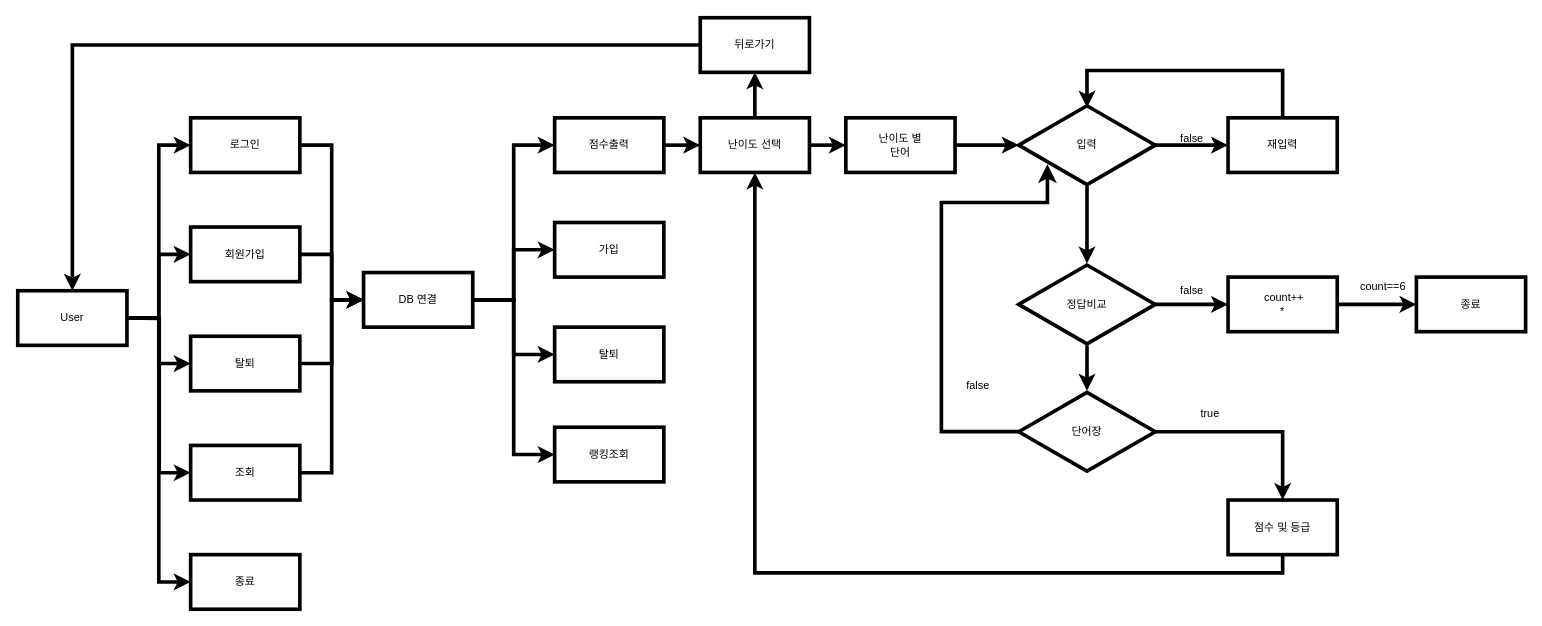
Before: 흐름도.drawio in beomsu-j/bigdata, a draw.io diagram. Source tidied: cells renumbered, new cells numbered last; positions are measured from the earlier drawing's top-left corner, leaving out a move shared by most shapes. Both pictures are drawn from the tidied source at 91%, with x=0, y=0 at pixel (17, 17).
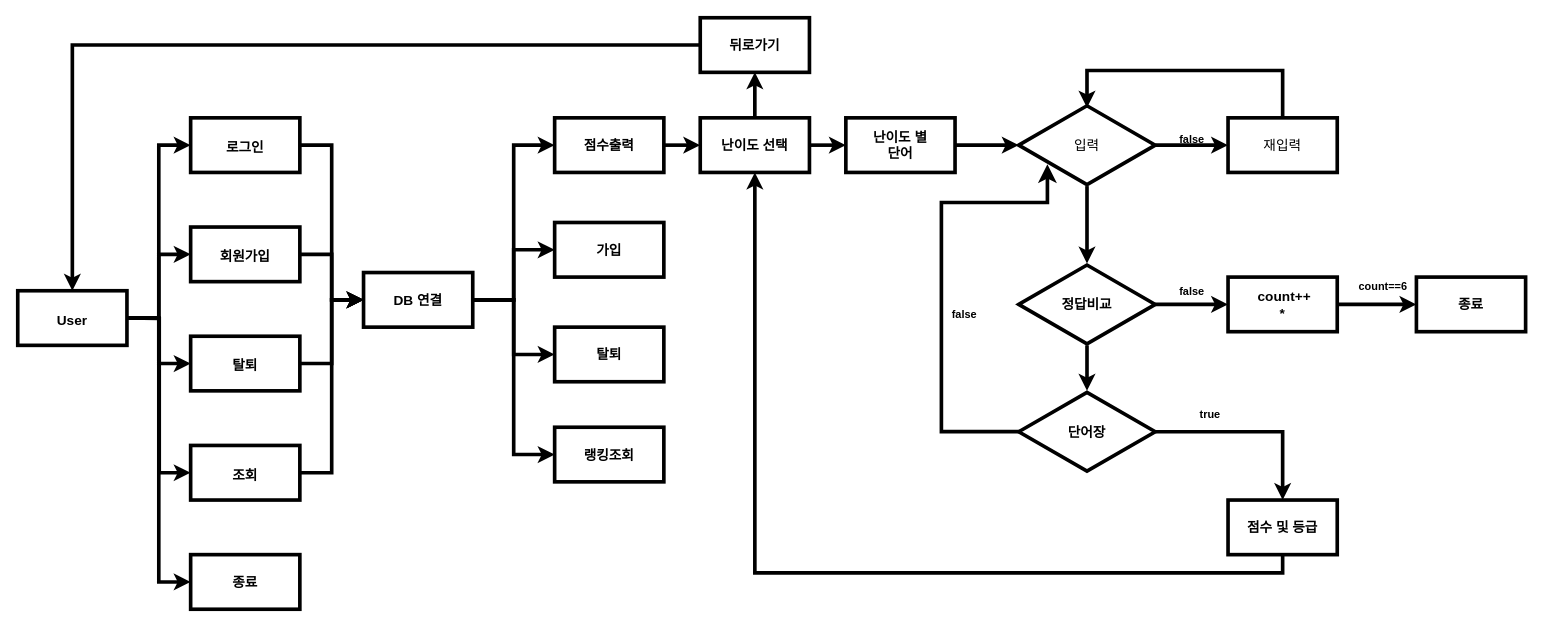
After the change.

Commit message (it also covers changes not shown here):
흐름도.drawio 업데이트

Diff of the diagram source:
```diff
@@
-    <mxCell id="7" value="User" style="rounded=0;whiteSpace=wrap;html=1;labelBackgroundColor=none;strokeWidth=4;" parent="1" vertex="1">
+    <mxCell id="7" value="&lt;h1&gt;&lt;font style=&quot;font-size: 15px;&quot;&gt;User&lt;/font&gt;&lt;/h1&gt;" style="rounded=0;whiteSpace=wrap;html=1;labelBackgroundColor=none;strokeWidth=4;" parent="1" vertex="1">
       <mxGeometry y="300" width="120" height="60" as="geometry" />
     </mxCell>
@@
-    <mxCell id="9" value="로그인" style="rounded=0;whiteSpace=wrap;html=1;labelBackgroundColor=none;strokeWidth=4;" parent="1" vertex="1">
+    <mxCell id="9" value="&lt;h1&gt;&lt;font style=&quot;font-size: 15px;&quot;&gt;로그인&lt;/font&gt;&lt;/h1&gt;" style="rounded=0;whiteSpace=wrap;html=1;labelBackgroundColor=none;strokeWidth=4;" parent="1" vertex="1">
       <mxGeometry x="190" y="110" width="120" height="60" as="geometry" />
     </mxCell>
@@
-    <mxCell id="11" value="조회" style="rounded=0;whiteSpace=wrap;html=1;labelBackgroundColor=none;strokeWidth=4;" parent="1" vertex="1">
+    <mxCell id="11" value="&lt;h1&gt;&lt;font style=&quot;font-size: 15px;&quot;&gt;조회&lt;/font&gt;&lt;/h1&gt;" style="rounded=0;whiteSpace=wrap;html=1;labelBackgroundColor=none;strokeWidth=4;" parent="1" vertex="1">
       <mxGeometry x="190" y="470" width="120" height="60" as="geometry" />
     </mxCell>
@@
-    <mxCell id="13" value="탈퇴" style="rounded=0;whiteSpace=wrap;html=1;labelBackgroundColor=none;strokeWidth=4;" parent="1" vertex="1">
+    <mxCell id="13" value="&lt;h1&gt;&lt;font style=&quot;font-size: 15px;&quot;&gt;탈퇴&lt;/font&gt;&lt;/h1&gt;" style="rounded=0;whiteSpace=wrap;html=1;labelBackgroundColor=none;strokeWidth=4;" parent="1" vertex="1">
       <mxGeometry x="190" y="350" width="120" height="60" as="geometry" />
     </mxCell>
@@
-    <mxCell id="15" value="회원가입" style="rounded=0;whiteSpace=wrap;html=1;labelBackgroundColor=none;strokeWidth=4;" parent="1" vertex="1">
+    <mxCell id="15" value="&lt;h1&gt;&lt;font style=&quot;font-size: 15px;&quot;&gt;회원가입&lt;/font&gt;&lt;/h1&gt;" style="rounded=0;whiteSpace=wrap;html=1;labelBackgroundColor=none;strokeWidth=4;" parent="1" vertex="1">
       <mxGeometry x="190" y="230" width="120" height="60" as="geometry" />
     </mxCell>
-    <mxCell id="16" value="종료" style="rounded=0;whiteSpace=wrap;html=1;labelBackgroundColor=none;strokeWidth=4;" parent="1" vertex="1">
+    <mxCell id="16" value="&lt;b&gt;&lt;font style=&quot;font-size: 15px;&quot;&gt;종료&lt;/font&gt;&lt;/b&gt;" style="rounded=0;whiteSpace=wrap;html=1;labelBackgroundColor=none;strokeWidth=4;" parent="1" vertex="1">
       <mxGeometry x="190" y="590" width="120" height="60" as="geometry" />
     </mxCell>
-    <mxCell id="17" value="랭킹조회" style="rounded=0;whiteSpace=wrap;html=1;labelBackgroundColor=none;strokeWidth=4;" parent="1" vertex="1">
+    <mxCell id="17" value="&lt;b&gt;&lt;font style=&quot;font-size: 15px;&quot;&gt;랭킹조회&lt;/font&gt;&lt;/b&gt;" style="rounded=0;whiteSpace=wrap;html=1;labelBackgroundColor=none;strokeWidth=4;" parent="1" vertex="1">
       <mxGeometry x="590" y="450" width="120" height="60" as="geometry" />
     </mxCell>
@@
-    <mxCell id="22" value="DB 연결" style="rounded=0;whiteSpace=wrap;html=1;labelBackgroundColor=none;strokeWidth=4;" parent="1" vertex="1">
+    <mxCell id="22" value="&lt;b&gt;&lt;font style=&quot;font-size: 15px;&quot;&gt;DB 연결&lt;/font&gt;&lt;/b&gt;" style="rounded=0;whiteSpace=wrap;html=1;labelBackgroundColor=none;strokeWidth=4;" parent="1" vertex="1">
       <mxGeometry x="380" y="280" width="120" height="60" as="geometry" />
     </mxCell>
-    <mxCell id="23" value="탈퇴" style="rounded=0;whiteSpace=wrap;html=1;labelBackgroundColor=none;strokeWidth=4;" parent="1" vertex="1">
+    <mxCell id="23" value="&lt;b&gt;&lt;font style=&quot;font-size: 15px;&quot;&gt;탈퇴&lt;/font&gt;&lt;/b&gt;" style="rounded=0;whiteSpace=wrap;html=1;labelBackgroundColor=none;strokeWidth=4;" parent="1" vertex="1">
       <mxGeometry x="590" y="340" width="120" height="60" as="geometry" />
     </mxCell>
-    <mxCell id="24" value="가입" style="rounded=0;whiteSpace=wrap;html=1;labelBackgroundColor=none;strokeWidth=4;" parent="1" vertex="1">
+    <mxCell id="24" value="&lt;b&gt;&lt;font style=&quot;font-size: 15px;&quot;&gt;가입&lt;/font&gt;&lt;/b&gt;" style="rounded=0;whiteSpace=wrap;html=1;labelBackgroundColor=none;strokeWidth=4;" parent="1" vertex="1">
       <mxGeometry x="590" y="225" width="120" height="60" as="geometry" />
     </mxCell>
@@
-    <mxCell id="26" value="점수출력" style="rounded=0;whiteSpace=wrap;html=1;labelBackgroundColor=none;strokeWidth=4;" parent="1" vertex="1">
+    <mxCell id="26" value="&lt;b&gt;&lt;font style=&quot;font-size: 15px;&quot;&gt;점수출력&lt;/font&gt;&lt;/b&gt;" style="rounded=0;whiteSpace=wrap;html=1;labelBackgroundColor=none;strokeWidth=4;" parent="1" vertex="1">
       <mxGeometry x="590" y="110" width="120" height="60" as="geometry" />
     </mxCell>
@@
-    <mxCell id="29" value="난이도 선택" style="rounded=0;whiteSpace=wrap;html=1;labelBackgroundColor=none;strokeWidth=4;" parent="1" vertex="1">
+    <mxCell id="29" value="&lt;b&gt;&lt;font style=&quot;font-size: 15px;&quot;&gt;난이도 선택&lt;/font&gt;&lt;/b&gt;" style="rounded=0;whiteSpace=wrap;html=1;labelBackgroundColor=none;strokeWidth=4;" parent="1" vertex="1">
       <mxGeometry x="750" y="110" width="120" height="60" as="geometry" />
     </mxCell>
@@
-    <mxCell id="31" value="난이도 별&lt;br&gt;단어" style="rounded=0;whiteSpace=wrap;html=1;labelBackgroundColor=none;strokeWidth=4;" parent="1" vertex="1">
+    <mxCell id="31" value="&lt;b style=&quot;font-size: 15px;&quot;&gt;난이도 별&lt;br&gt;단어&lt;/b&gt;" style="rounded=0;whiteSpace=wrap;html=1;labelBackgroundColor=none;strokeWidth=4;" parent="1" vertex="1">
       <mxGeometry x="910" y="110" width="120" height="60" as="geometry" />
     </mxCell>
-    <mxCell id="32" value="재입력" style="rounded=0;whiteSpace=wrap;html=1;labelBackgroundColor=none;strokeWidth=4;" parent="1" vertex="1">
+    <mxCell id="32" value="&lt;font style=&quot;font-size: 15px;&quot;&gt;재입력&lt;/font&gt;" style="rounded=0;whiteSpace=wrap;html=1;labelBackgroundColor=none;strokeWidth=4;" parent="1" vertex="1">
       <mxGeometry x="1330" y="110" width="120" height="60" as="geometry" />
     </mxCell>
@@
-    <mxCell id="35" value="입력" style="html=1;whiteSpace=wrap;shape=isoRectangle;labelBackgroundColor=none;strokeWidth=4;" parent="1" vertex="1">
+    <mxCell id="35" value="&lt;font style=&quot;font-size: 15px;&quot;&gt;입력&lt;/font&gt;" style="html=1;whiteSpace=wrap;shape=isoRectangle;labelBackgroundColor=none;strokeWidth=4;" parent="1" vertex="1">
       <mxGeometry x="1100" y="95" width="150" height="90" as="geometry" />
     </mxCell>
-    <mxCell id="36" value="false" style="text;html=1;align=center;verticalAlign=middle;labelBackgroundColor=none;strokeWidth=4;" parent="1" vertex="1">
-      <mxGeometry x="1265" y="118" width="50" height="30" as="geometry" />
+    <mxCell id="36" value="&lt;b&gt;false&lt;/b&gt;" style="text;html=1;align=center;verticalAlign=middle;labelBackgroundColor=none;strokeWidth=4;" parent="1" vertex="1">
+      <mxGeometry x="1261" y="119" width="58" height="29" as="geometry" />
     </mxCell>
@@
-    <mxCell id="39" value="정답비교" style="html=1;whiteSpace=wrap;shape=isoRectangle;labelBackgroundColor=none;strokeWidth=4;" parent="1" vertex="1">
+    <mxCell id="39" value="&lt;b&gt;&lt;font style=&quot;font-size: 15px;&quot;&gt;정답비교&lt;/font&gt;&lt;/b&gt;" style="html=1;whiteSpace=wrap;shape=isoRectangle;labelBackgroundColor=none;strokeWidth=4;" parent="1" vertex="1">
       <mxGeometry x="1100" y="270" width="150" height="90" as="geometry" />
     </mxCell>
@@
-    <mxCell id="41" value="&amp;nbsp;count++&lt;br&gt;*" style="rounded=0;whiteSpace=wrap;html=1;labelBackgroundColor=none;strokeWidth=4;" parent="1" vertex="1">
+    <mxCell id="41" value="&lt;font style=&quot;font-size: 15px;&quot;&gt;&lt;b&gt;&amp;nbsp;count++&lt;br&gt;*&lt;/b&gt;&lt;/font&gt;" style="rounded=0;whiteSpace=wrap;html=1;labelBackgroundColor=none;strokeWidth=4;" parent="1" vertex="1">
       <mxGeometry x="1330" y="285" width="120" height="60" as="geometry" />
     </mxCell>
-    <mxCell id="42" value="false" style="text;html=1;align=center;verticalAlign=middle;labelBackgroundColor=none;strokeWidth=4;" parent="1" vertex="1">
-      <mxGeometry x="1265" y="285" width="50" height="30" as="geometry" />
+    <mxCell id="42" value="&lt;b&gt;false&lt;/b&gt;" style="text;html=1;align=center;verticalAlign=middle;labelBackgroundColor=none;strokeWidth=4;" parent="1" vertex="1">
+      <mxGeometry x="1261" y="286" width="58" height="29" as="geometry" />
     </mxCell>
-    <mxCell id="43" value="종료" style="rounded=0;whiteSpace=wrap;html=1;labelBackgroundColor=none;strokeWidth=4;" parent="1" vertex="1">
+    <mxCell id="43" value="&lt;b&gt;&lt;font style=&quot;font-size: 15px;&quot;&gt;종료&lt;/font&gt;&lt;/b&gt;" style="rounded=0;whiteSpace=wrap;html=1;labelBackgroundColor=none;strokeWidth=4;" parent="1" vertex="1">
       <mxGeometry x="1537" y="285" width="120" height="60" as="geometry" />
     </mxCell>
-    <mxCell id="44" value="count==6" style="text;html=1;align=center;verticalAlign=middle;labelBackgroundColor=none;strokeWidth=4;" parent="1" vertex="1">
+    <mxCell id="44" value="&lt;b&gt;count==6&lt;/b&gt;" style="text;html=1;align=center;verticalAlign=middle;labelBackgroundColor=none;strokeWidth=4;" parent="1" vertex="1">
       <mxGeometry x="1456" y="281" width="87" height="29" as="geometry" />
     </mxCell>
@@
-    <mxCell id="46" value="단어장" style="html=1;whiteSpace=wrap;shape=isoRectangle;labelBackgroundColor=none;strokeWidth=4;" parent="1" vertex="1">
+    <mxCell id="46" value="&lt;b&gt;&lt;font style=&quot;font-size: 15px;&quot;&gt;단어장&lt;/font&gt;&lt;/b&gt;" style="html=1;whiteSpace=wrap;shape=isoRectangle;labelBackgroundColor=none;strokeWidth=4;" parent="1" vertex="1">
       <mxGeometry x="1100" y="410" width="150" height="90" as="geometry" />
     </mxCell>
@@
-    <mxCell id="48" value="점수 및 등급" style="rounded=0;whiteSpace=wrap;html=1;labelBackgroundColor=none;strokeWidth=4;" parent="1" vertex="1">
+    <mxCell id="48" value="&lt;b&gt;&lt;font style=&quot;font-size: 15px;&quot;&gt;점수 및 등급&lt;/font&gt;&lt;/b&gt;" style="rounded=0;whiteSpace=wrap;html=1;labelBackgroundColor=none;strokeWidth=4;" parent="1" vertex="1">
       <mxGeometry x="1330" y="530" width="120" height="60" as="geometry" />
     </mxCell>
@@
-    <mxCell id="50" value="뒤로가기" style="rounded=0;whiteSpace=wrap;html=1;labelBackgroundColor=none;strokeWidth=4;" parent="1" vertex="1">
+    <mxCell id="50" value="&lt;b&gt;&lt;font style=&quot;font-size: 15px;&quot;&gt;뒤로가기&lt;/font&gt;&lt;/b&gt;" style="rounded=0;whiteSpace=wrap;html=1;labelBackgroundColor=none;strokeWidth=4;" parent="1" vertex="1">
       <mxGeometry x="750" width="120" height="60" as="geometry" />
     </mxCell>
-    <mxCell id="51" value="false" style="text;html=1;align=center;verticalAlign=middle;labelBackgroundColor=none;strokeWidth=4;" parent="1" vertex="1">
-      <mxGeometry x="1030" y="390" width="50" height="30" as="geometry" />
+    <mxCell id="51" value="&lt;b&gt;false&lt;/b&gt;" style="text;html=1;align=center;verticalAlign=middle;labelBackgroundColor=none;strokeWidth=4;" parent="1" vertex="1">
+      <mxGeometry x="1011" y="311" width="58" height="29" as="geometry" />
     </mxCell>
-    <mxCell id="52" value="true" style="text;html=1;align=center;verticalAlign=middle;labelBackgroundColor=none;strokeWidth=4;" parent="1" vertex="1">
-      <mxGeometry x="1290" y="420" width="40" height="30" as="geometry" />
+    <mxCell id="52" value="&lt;b&gt;true&lt;/b&gt;" style="text;html=1;align=center;verticalAlign=middle;labelBackgroundColor=none;strokeWidth=4;" parent="1" vertex="1">
+      <mxGeometry x="1281" y="421" width="58" height="29" as="geometry" />
     </mxCell>
```
